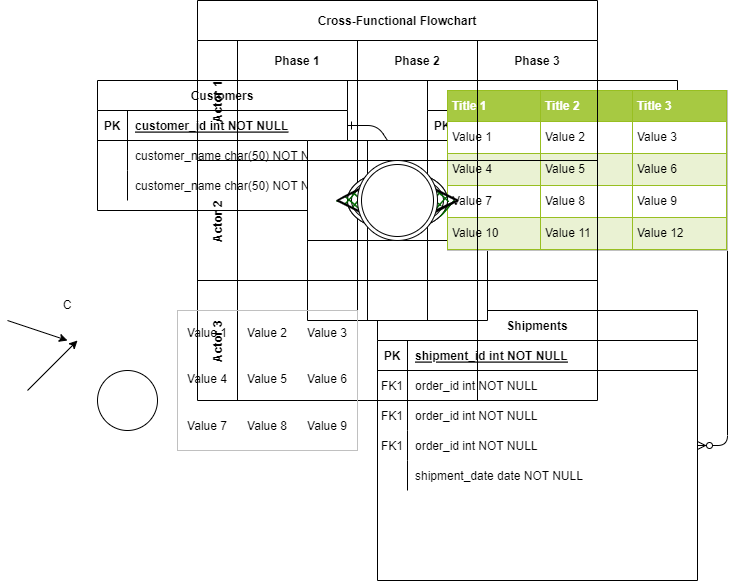
Above: test Diagram.drawio.png in shenyuedong/chapter1 (draw.io), before the change. Source tidied: cells renumbered, new cells last; positions are measured from the earlier drawing's top-left corner, leaving out a move shared by most shapes.
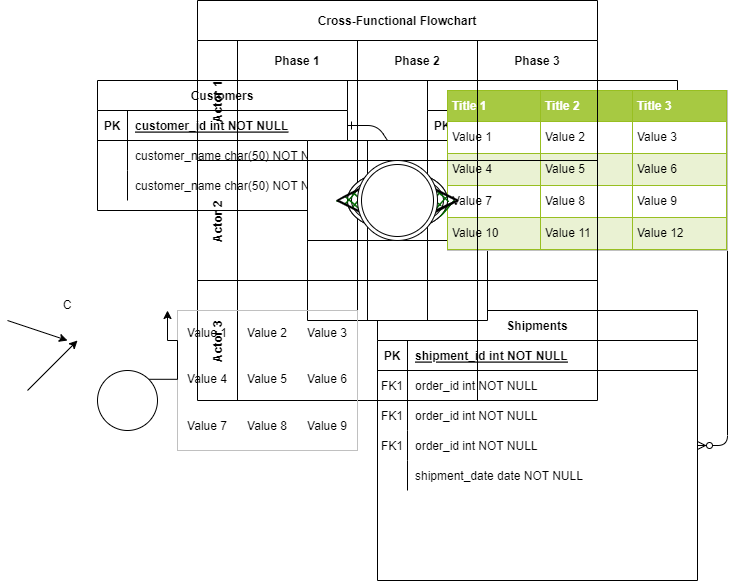
Above is the later version.

Diff of the diagram source:
```diff
@@ -230,6 +230,11 @@
         <mxPoint x="70" y="340" as="targetPoint" />
       </mxGeometry>
     </mxCell>
+    <mxCell id="78" style="edgeStyle=orthogonalEdgeStyle;rounded=0;jettySize=auto;html=1;exitX=1;exitY=0;exitDx=0;exitDy=0;" parent="1" edge="1" source="76">
+      <mxGeometry relative="1" as="geometry">
+        <mxPoint x="160" y="310" as="targetPoint" />
+      </mxGeometry>
+    </mxCell>
     <mxCell id="76" style="ellipse;whiteSpace=wrap;html=1;" parent="1" vertex="1">
       <mxGeometry x="90" y="370" width="60" height="60" as="geometry" />
     </mxCell>
```
